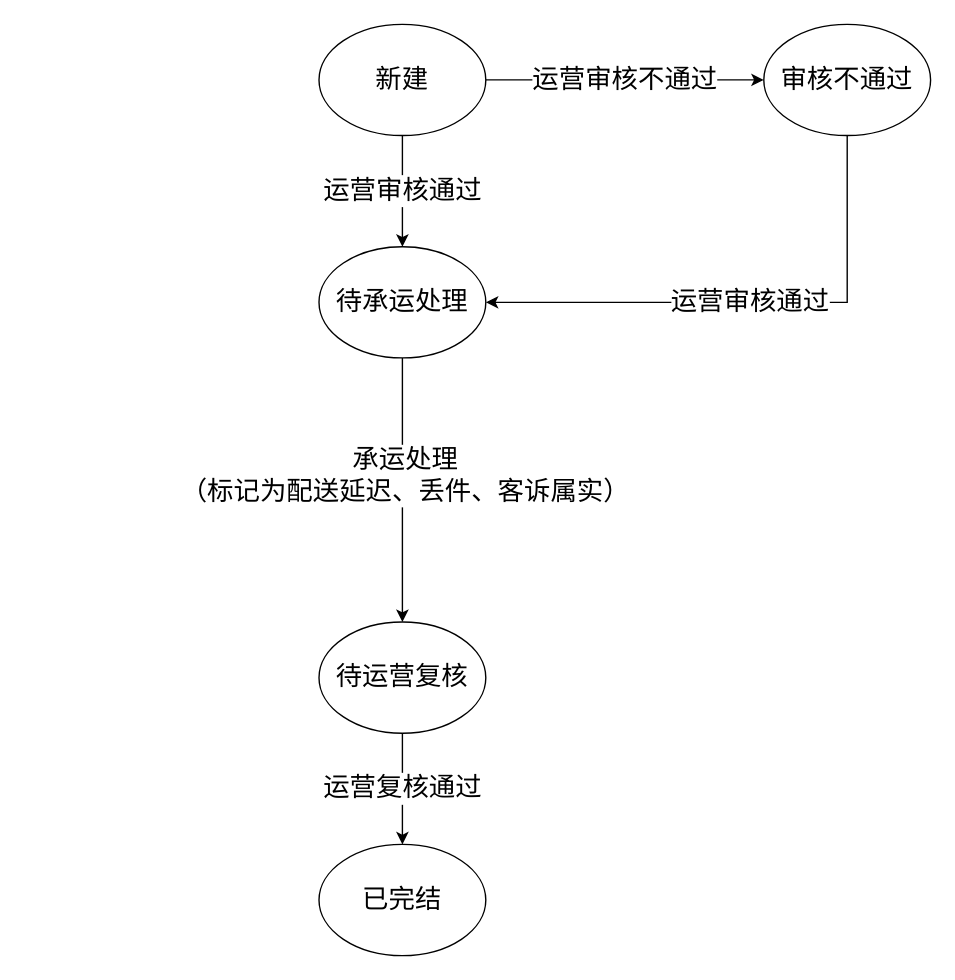
Before: diagrams/快递异常件处理进度状态机.drawio in libo9527/static, a draw.io diagram. Source tidied: cells renumbered, new cells numbered last; positions are measured from the earlier drawing's top-left corner, leaving out a move shared by most shapes. Both pictures are drawn from the tidied source at 139%, with x=0, y=0 at pixel (318, 24).
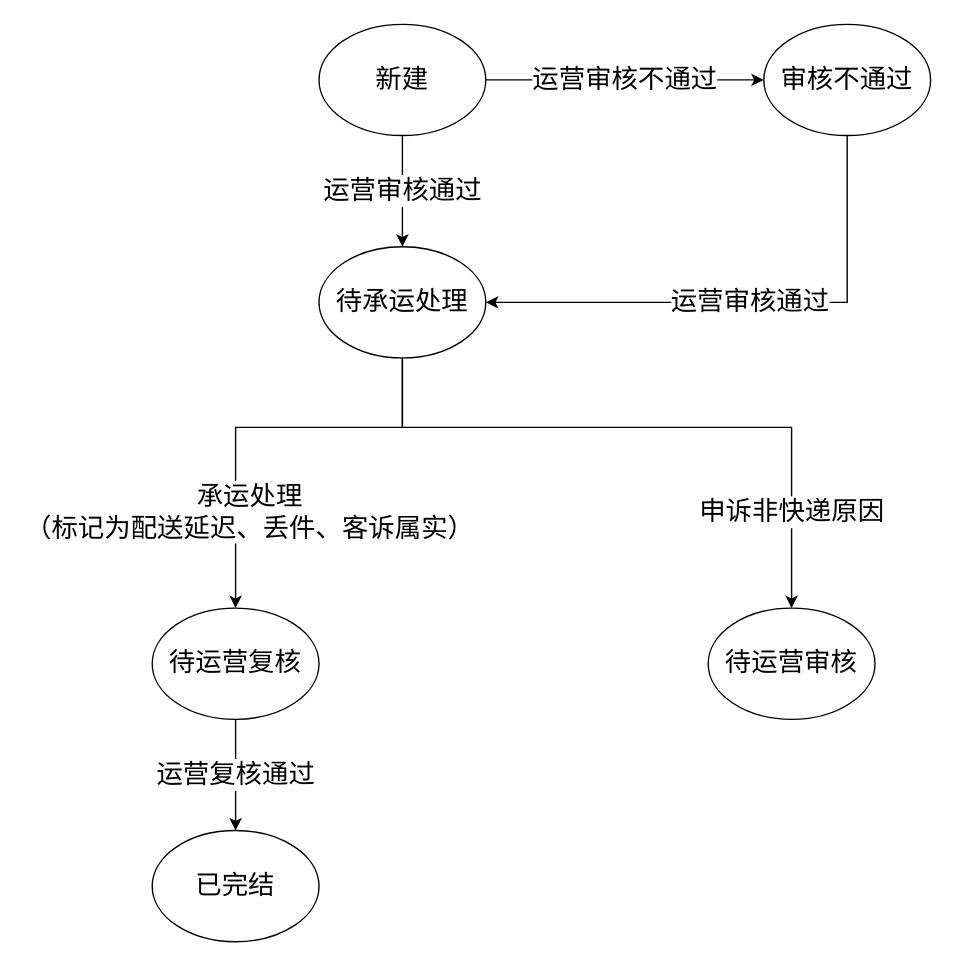
After the change.

Commit message (it also covers changes not shown here):
Update 快递异常件处理进度状态机.drawio

The edit, as a diff of the source:
```diff
@@
 <mxGraphModel>
   <root>
     <mxCell id="0" />
     <mxCell id="1" parent="0" />
     <mxCell id="2" value="运营审核通过" style="edgeStyle=orthogonalEdgeStyle;rounded=0;jettySize=auto;html=1;fontSize=19;" parent="1" edge="1" source="4" target="7">
       <mxGeometry relative="1" as="geometry" />
     </mxCell>
     <mxCell id="3" value="运营审核不通过" style="edgeStyle=orthogonalEdgeStyle;rounded=0;jettySize=auto;html=1;fontSize=19;" parent="1" edge="1" source="4" target="12">
       <mxGeometry relative="1" as="geometry" />
     </mxCell>
     <mxCell id="4" value="&lt;font style=&quot;font-size: 19px&quot;&gt;新建&lt;/font&gt;" style="ellipse;whiteSpace=wrap;html=1;" parent="1" vertex="1">
       <mxGeometry width="120" height="80" as="geometry" />
     </mxCell>
-    <mxCell id="5" style="edgeStyle=orthogonalEdgeStyle;rounded=0;jettySize=auto;html=1;fontSize=19;" parent="1" edge="1" source="7" target="9">
-      <mxGeometry relative="1" as="geometry" />
+    <mxCell id="5" style="edgeStyle=orthogonalEdgeStyle;rounded=0;jettySize=auto;html=1;fontSize=19;exitX=0.5;exitY=1;exitDx=0;exitDy=0;entryX=0.5;entryY=0;entryDx=0;entryDy=0;" parent="1" edge="1" source="7" target="9">
+      <mxGeometry relative="1" as="geometry">
+        <Array as="points">
+          <mxPoint x="60" y="290" />
+          <mxPoint x="-60" y="290" />
+        </Array>
+      </mxGeometry>
     </mxCell>
     <mxCell id="6" value="承运处理&lt;br&gt;（标记为配送延迟、丢件、客诉属实）" style="edgeLabel;html=1;align=center;verticalAlign=middle;fontSize=19;" parent="5" vertex="1">
-      <mxGeometry x="-0.12" y="1" relative="1" as="geometry" />
+      <mxGeometry x="-0.12" y="1" relative="1" as="geometry">
+        <mxPoint x="-29" y="59" as="offset" />
+      </mxGeometry>
     </mxCell>
+    <mxCell id="13" value="申诉非快递原因" style="edgeStyle=orthogonalEdgeStyle;rounded=0;jettySize=auto;html=1;fontSize=19;exitX=0.5;exitY=1;exitDx=0;exitDy=0;" parent="1" edge="1" source="7" target="14">
+      <mxGeometry x="0.7" relative="1" as="geometry">
+        <Array as="points">
+          <mxPoint x="60" y="290" />
+          <mxPoint x="340" y="290" />
+        </Array>
+      </mxGeometry>
+    </mxCell>
     <mxCell id="7" value="&lt;font style=&quot;font-size: 19px&quot;&gt;待承运处理&lt;/font&gt;" style="ellipse;whiteSpace=wrap;html=1;" parent="1" vertex="1">
       <mxGeometry y="160" width="120" height="80" as="geometry" />
     </mxCell>
     <mxCell id="8" value="运营复核通过" style="edgeStyle=orthogonalEdgeStyle;rounded=0;jettySize=auto;html=1;fontSize=19;" parent="1" edge="1" source="9" target="10">
       <mxGeometry relative="1" as="geometry" />
     </mxCell>
     <mxCell id="9" value="&lt;font style=&quot;font-size: 19px&quot;&gt;待运营复核&lt;/font&gt;" style="ellipse;whiteSpace=wrap;html=1;" parent="1" vertex="1">
-      <mxGeometry y="430" width="120" height="80" as="geometry" />
+      <mxGeometry x="-120" y="420" width="120" height="80" as="geometry" />
     </mxCell>
     <mxCell id="10" value="&lt;span style=&quot;font-size: 19px&quot;&gt;已完结&lt;/span&gt;" style="ellipse;whiteSpace=wrap;html=1;" parent="1" vertex="1">
-      <mxGeometry y="590" width="120" height="80" as="geometry" />
+      <mxGeometry x="-120" y="580" width="120" height="80" as="geometry" />
     </mxCell>
     <mxCell id="11" value="运营审核通过" style="edgeStyle=orthogonalEdgeStyle;rounded=0;jettySize=auto;html=1;exitX=0.5;exitY=1;exitDx=0;exitDy=0;entryX=1;entryY=0.5;entryDx=0;entryDy=0;fontSize=19;" parent="1" edge="1" source="12" target="7">
       <mxGeometry relative="1" as="geometry" />
     </mxCell>
     <mxCell id="12" value="&lt;font style=&quot;font-size: 19px&quot;&gt;审核不通过&lt;/font&gt;" style="ellipse;whiteSpace=wrap;html=1;" parent="1" vertex="1">
       <mxGeometry x="320" width="120" height="80" as="geometry" />
     </mxCell>
+    <mxCell id="14" value="&lt;font style=&quot;font-size: 19px&quot;&gt;待运营审核&lt;/font&gt;" style="ellipse;whiteSpace=wrap;html=1;" parent="1" vertex="1">
+      <mxGeometry x="280" y="420" width="120" height="80" as="geometry" />
+    </mxCell>
   </root>
 </mxGraphModel>
```
